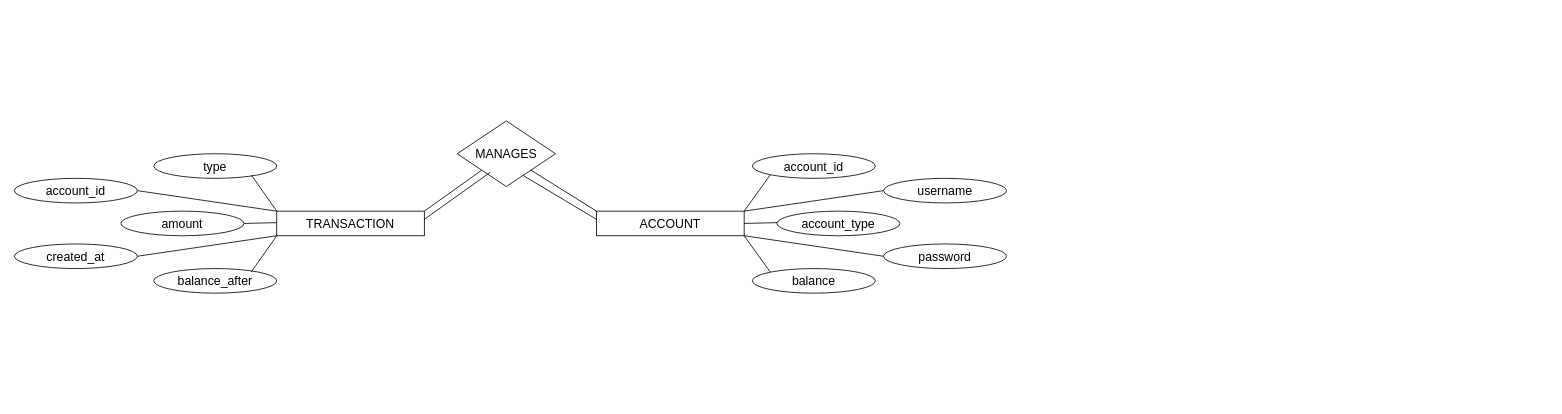
Earlier version of the draw.io diagram Project0/bankofcli.drawio (GabeDay8/2470). Source tidied: cells renumbered, new cells numbered last; positions are measured from the earlier drawing's top-left corner, leaving out a move shared by most shapes. Both pictures are drawn from the tidied source at 82%, with x=0, y=0 at pixel (14, 121).
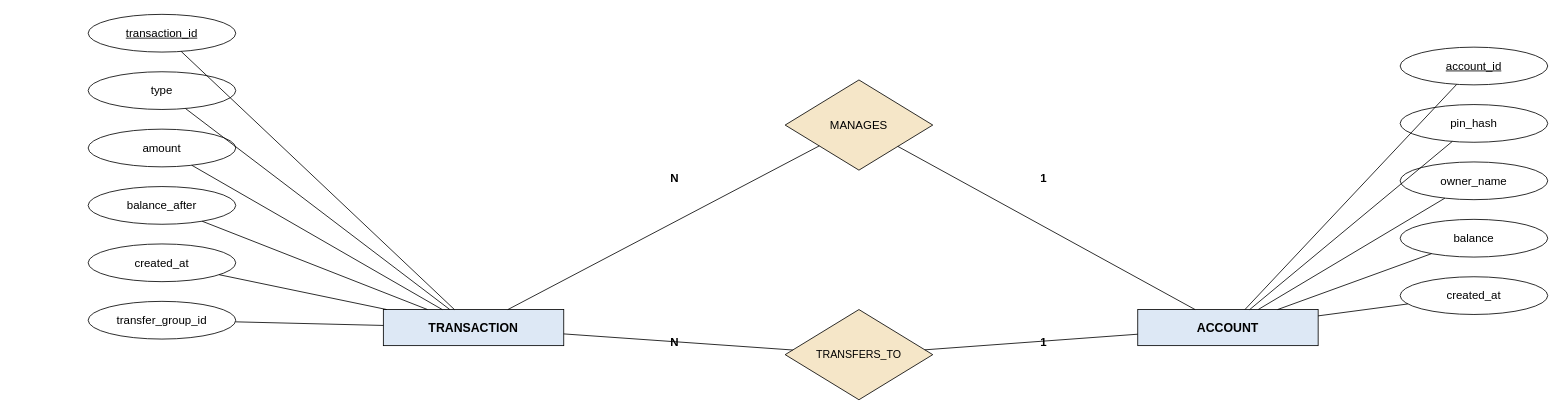
The same diagram, later.

The edit, as a diff of the source:
```diff
@@
+    <mxCell id="4" value="&lt;font style=&quot;font-size: 15px;&quot;&gt;&lt;b&gt;TRANSACTION&lt;/b&gt;&lt;/font&gt;" style="rounded=0;whiteSpace=wrap;html=1;fillColor=#dde8f5;" parent="1" vertex="1">
+      <mxGeometry x="450" y="230" width="220" height="44" as="geometry" />
+    </mxCell>
-    <mxCell id="2" value="&lt;font style=&quot;font-size: 15px;&quot;&gt;ACCOUNT&lt;/font&gt;" style="rounded=0;whiteSpace=wrap;html=1;" parent="1" vertex="1">
-      <mxGeometry x="710" y="110" width="180" height="30" as="geometry" />
+    <mxCell id="2" value="&lt;font style=&quot;font-size: 15px;&quot;&gt;&lt;b&gt;ACCOUNT&lt;/b&gt;&lt;/font&gt;" style="rounded=0;whiteSpace=wrap;html=1;fillColor=#dde8f5;" parent="1" vertex="1">
+      <mxGeometry x="1370" y="230" width="220" height="44" as="geometry" />
     </mxCell>
-    <mxCell id="3" value="&lt;font style=&quot;font-size: 15px;&quot;&gt;account_id&lt;/font&gt;" style="ellipse;whiteSpace=wrap;html=1;shapeInside=1;" parent="1" vertex="1">
-      <mxGeometry x="900" y="40" width="150" height="30" as="geometry" />
-    </mxCell>
-    <mxCell id="4" value="&lt;font style=&quot;font-size: 15px;&quot;&gt;TRANSACTION&lt;/font&gt;" style="rounded=0;whiteSpace=wrap;html=1;" parent="1" vertex="1">
-      <mxGeometry x="320" y="110" width="180" height="30" as="geometry" />
-    </mxCell>
-    <mxCell id="5" value="&lt;font style=&quot;font-size: 15px;&quot;&gt;account_type&lt;/font&gt;" style="ellipse;whiteSpace=wrap;html=1;shapeInside=1;" parent="1" vertex="1">
-      <mxGeometry x="930" y="110" width="150" height="30" as="geometry" />
-    </mxCell>
-    <mxCell id="6" value="&lt;font style=&quot;font-size: 15px;&quot;&gt;balance&lt;/font&gt;" style="ellipse;whiteSpace=wrap;html=1;shapeInside=1;" parent="1" vertex="1">
-      <mxGeometry x="900" y="180" width="150" height="30" as="geometry" />
-    </mxCell>
-    <mxCell id="7" style="endArrow=none;html=1;rounded=0;entryX=0;entryY=1;entryDx=0;entryDy=0;" parent="1" edge="1" target="3">
-      <mxGeometry relative="1" as="geometry">
-        <mxPoint x="890" y="110" as="sourcePoint" />
-      </mxGeometry>
-    </mxCell>
-    <mxCell id="8" style="endArrow=none;html=1;rounded=0;entryX=0;entryY=1;entryDx=0;entryDy=0;exitX=0;exitY=0;exitDx=0;exitDy=0;" parent="1" edge="1" source="6">
-      <mxGeometry relative="1" as="geometry">
-        <mxPoint x="890" y="140" as="targetPoint" />
-      </mxGeometry>
-    </mxCell>
-    <mxCell id="9" style="endArrow=none;html=1;rounded=0;exitX=1;exitY=0.5;exitDx=0;exitDy=0;" parent="1" edge="1" source="2">
-      <mxGeometry relative="1" as="geometry">
-        <mxPoint x="930" y="124" as="targetPoint" />
-      </mxGeometry>
-    </mxCell>
-    <mxCell id="10" value="&lt;font style=&quot;font-size: 15px;&quot;&gt;MANAGES&lt;/font&gt;" style="rhombus;whiteSpace=wrap;html=1;shapeInside=1;" parent="1" vertex="1">
-      <mxGeometry x="540" width="120" height="80" as="geometry" />
+    <mxCell id="10" value="&lt;font style=&quot;font-size: 14px;&quot;&gt;MANAGES&lt;/font&gt;" style="rhombus;whiteSpace=wrap;html=1;shapeInside=1;fillColor=#f5e6c8;" parent="1" vertex="1">
+      <mxGeometry x="940" y="-50" width="180" height="110" as="geometry" />
     </mxCell>
-    <mxCell id="11" style="endArrow=none;html=1;rounded=0;entryX=1;entryY=1;entryDx=0;entryDy=0;" parent="1" edge="1" target="10">
-      <mxGeometry relative="1" as="geometry">
-        <mxPoint x="710" y="110" as="sourcePoint" />
-      </mxGeometry>
-    </mxCell>
-    <mxCell id="12" style="endArrow=none;html=1;rounded=0;entryX=0.664;entryY=0.825;entryDx=0;entryDy=0;entryPerimeter=0;" parent="1" edge="1" target="10">
-      <mxGeometry relative="1" as="geometry">
-        <mxPoint x="710" y="120" as="sourcePoint" />
-      </mxGeometry>
-    </mxCell>
-    <mxCell id="13" value="&lt;font style=&quot;font-size: 15px;&quot;&gt;username&lt;/font&gt;" style="ellipse;whiteSpace=wrap;html=1;shapeInside=1;" parent="1" vertex="1">
-      <mxGeometry x="1060" y="70" width="150" height="30" as="geometry" />
-    </mxCell>
-    <mxCell id="14" value="&lt;font style=&quot;font-size: 15px;&quot;&gt;password&lt;/font&gt;" style="ellipse;whiteSpace=wrap;html=1;shapeInside=1;" parent="1" vertex="1">
-      <mxGeometry x="1060" y="150" width="150" height="30" as="geometry" />
-    </mxCell>
-    <mxCell id="15" style="endArrow=none;html=1;rounded=0;entryX=0;entryY=0.5;entryDx=0;entryDy=0;" parent="1" edge="1" target="13">
-      <mxGeometry relative="1" as="geometry">
-        <mxPoint x="890" y="110" as="sourcePoint" />
-      </mxGeometry>
-    </mxCell>
-    <mxCell id="16" style="endArrow=none;html=1;rounded=0;" parent="1" edge="1">
-      <mxGeometry relative="1" as="geometry">
-        <mxPoint x="890" y="140" as="sourcePoint" />
-        <mxPoint x="1060" y="165" as="targetPoint" />
-      </mxGeometry>
-    </mxCell>
-    <mxCell id="17" style="endArrow=none;html=1;rounded=0;entryX=0;entryY=1;entryDx=0;entryDy=0;" parent="1" edge="1" target="10">
-      <mxGeometry relative="1" as="geometry">
-        <mxPoint x="500" y="110" as="sourcePoint" />
-      </mxGeometry>
-    </mxCell>
-    <mxCell id="18" style="endArrow=none;html=1;rounded=0;entryX=0.336;entryY=0.783;entryDx=0;entryDy=0;entryPerimeter=0;" parent="1" edge="1" target="10">
-      <mxGeometry relative="1" as="geometry">
-        <mxPoint x="500" y="120" as="sourcePoint" />
-      </mxGeometry>
-    </mxCell>
+    <mxCell id="29" value="&lt;font style=&quot;font-size: 13px;&quot;&gt;TRANSFERS_TO&lt;/font&gt;" style="rhombus;whiteSpace=wrap;html=1;shapeInside=1;fillColor=#f5e6c8;" parent="1" vertex="1">
+      <mxGeometry x="940" y="230" width="180" height="110" as="geometry" />
+    </mxCell>
+    <mxCell id="30" style="endArrow=none;html=1;rounded=0;" parent="1" edge="1" source="4" target="10">
+      <mxGeometry relative="1" as="geometry" />
+    </mxCell>
+    <mxCell id="31" style="endArrow=none;html=1;rounded=0;" parent="1" edge="1" source="2" target="10">
+      <mxGeometry relative="1" as="geometry" />
+    </mxCell>
+    <mxCell id="32" style="endArrow=none;html=1;rounded=0;" parent="1" edge="1" source="4" target="29">
+      <mxGeometry relative="1" as="geometry" />
+    </mxCell>
+    <mxCell id="33" style="endArrow=none;html=1;rounded=0;" parent="1" edge="1" source="2" target="29">
+      <mxGeometry relative="1" as="geometry" />
+    </mxCell>
+    <mxCell id="34" value="N" style="text;html=1;align=center;verticalAlign=middle;fontSize=14;fontStyle=1;" parent="1" vertex="1">
+      <mxGeometry x="790" y="60" width="30" height="20" as="geometry" />
+    </mxCell>
+    <mxCell id="35" value="1" style="text;html=1;align=center;verticalAlign=middle;fontSize=14;fontStyle=1;" parent="1" vertex="1">
+      <mxGeometry x="1240" y="60" width="30" height="20" as="geometry" />
+    </mxCell>
+    <mxCell id="36" value="N" style="text;html=1;align=center;verticalAlign=middle;fontSize=14;fontStyle=1;" parent="1" vertex="1">
+      <mxGeometry x="790" y="260" width="30" height="20" as="geometry" />
+    </mxCell>
+    <mxCell id="37" value="1" style="text;html=1;align=center;verticalAlign=middle;fontSize=14;fontStyle=1;" parent="1" vertex="1">
+      <mxGeometry x="1240" y="260" width="30" height="20" as="geometry" />
+    </mxCell>
+    <mxCell id="38" value="&lt;font style=&quot;font-size: 14px;&quot;&gt;&lt;u&gt;transaction_id&lt;/u&gt;&lt;/font&gt;" style="ellipse;whiteSpace=wrap;html=1;shapeInside=1;" parent="1" vertex="1">
+      <mxGeometry x="90" y="-130" width="180" height="46" as="geometry" />
+    </mxCell>
-    <mxCell id="19" value="&lt;font style=&quot;font-size: 15px;&quot;&gt;type&lt;/font&gt;" style="ellipse;whiteSpace=wrap;html=1;shapeInside=1;" parent="1" vertex="1">
-      <mxGeometry x="170" y="40" width="150" height="30" as="geometry" />
+    <mxCell id="19" value="&lt;font style=&quot;font-size: 14px;&quot;&gt;type&lt;/font&gt;" style="ellipse;whiteSpace=wrap;html=1;shapeInside=1;" parent="1" vertex="1">
+      <mxGeometry x="90" y="-60" width="180" height="46" as="geometry" />
     </mxCell>
-    <mxCell id="20" value="&lt;font style=&quot;font-size: 15px;&quot;&gt;amount&lt;/font&gt;" style="ellipse;whiteSpace=wrap;html=1;shapeInside=1;" parent="1" vertex="1">
-      <mxGeometry x="130" y="110" width="150" height="30" as="geometry" />
+    <mxCell id="20" value="&lt;font style=&quot;font-size: 14px;&quot;&gt;amount&lt;/font&gt;" style="ellipse;whiteSpace=wrap;html=1;shapeInside=1;" parent="1" vertex="1">
+      <mxGeometry x="90" y="10" width="180" height="46" as="geometry" />
     </mxCell>
-    <mxCell id="21" value="&lt;font style=&quot;font-size: 15px;&quot;&gt;balance_after&lt;/font&gt;" style="ellipse;whiteSpace=wrap;html=1;shapeInside=1;" parent="1" vertex="1">
-      <mxGeometry x="170" y="180" width="150" height="30" as="geometry" />
+    <mxCell id="21" value="&lt;font style=&quot;font-size: 14px;&quot;&gt;balance_after&lt;/font&gt;" style="ellipse;whiteSpace=wrap;html=1;shapeInside=1;" parent="1" vertex="1">
+      <mxGeometry x="90" y="80" width="180" height="46" as="geometry" />
     </mxCell>
-    <mxCell id="22" value="&lt;font style=&quot;font-size: 15px;&quot;&gt;account_id&lt;/font&gt;" style="ellipse;whiteSpace=wrap;html=1;shapeInside=1;" parent="1" vertex="1">
-      <mxGeometry y="70" width="150" height="30" as="geometry" />
-    </mxCell>
-    <mxCell id="23" value="&lt;font style=&quot;font-size: 15px;&quot;&gt;created_at&lt;/font&gt;" style="ellipse;whiteSpace=wrap;html=1;shapeInside=1;" parent="1" vertex="1">
-      <mxGeometry y="150" width="150" height="30" as="geometry" />
-    </mxCell>
-    <mxCell id="24" style="endArrow=none;html=1;rounded=0;exitX=1;exitY=0.5;exitDx=0;exitDy=0;" parent="1" edge="1">
-      <mxGeometry relative="1" as="geometry">
-        <mxPoint x="280" y="125" as="sourcePoint" />
-        <mxPoint x="320" y="124" as="targetPoint" />
-      </mxGeometry>
-    </mxCell>
-    <mxCell id="25" style="endArrow=none;html=1;rounded=0;entryX=0;entryY=1;entryDx=0;entryDy=0;" parent="1" edge="1">
-      <mxGeometry relative="1" as="geometry">
-        <mxPoint x="289" y="184" as="sourcePoint" />
-        <mxPoint x="320" y="140" as="targetPoint" />
-      </mxGeometry>
-    </mxCell>
-    <mxCell id="26" style="endArrow=none;html=1;rounded=0;entryX=0;entryY=1;entryDx=0;entryDy=0;exitX=0;exitY=0;exitDx=0;exitDy=0;" parent="1" edge="1">
-      <mxGeometry relative="1" as="geometry">
-        <mxPoint x="320" y="110" as="sourcePoint" />
-        <mxPoint x="289" y="66" as="targetPoint" />
-      </mxGeometry>
-    </mxCell>
-    <mxCell id="27" style="endArrow=none;html=1;rounded=0;entryX=0;entryY=0.5;entryDx=0;entryDy=0;" parent="1" edge="1">
-      <mxGeometry relative="1" as="geometry">
-        <mxPoint x="150" y="165" as="sourcePoint" />
-        <mxPoint x="320" y="140" as="targetPoint" />
-      </mxGeometry>
-    </mxCell>
-    <mxCell id="28" style="endArrow=none;html=1;rounded=0;" parent="1" edge="1">
-      <mxGeometry relative="1" as="geometry">
-        <mxPoint x="150" y="85" as="sourcePoint" />
-        <mxPoint x="320" y="110" as="targetPoint" />
-      </mxGeometry>
-    </mxCell>
+    <mxCell id="39" value="&lt;font style=&quot;font-size: 14px;&quot;&gt;created_at&lt;/font&gt;" style="ellipse;whiteSpace=wrap;html=1;shapeInside=1;" parent="1" vertex="1">
+      <mxGeometry x="90" y="150" width="180" height="46" as="geometry" />
+    </mxCell>
+    <mxCell id="40" value="&lt;font style=&quot;font-size: 14px;&quot;&gt;transfer_group_id&lt;/font&gt;" style="ellipse;whiteSpace=wrap;html=1;shapeInside=1;" parent="1" vertex="1">
+      <mxGeometry x="90" y="220" width="180" height="46" as="geometry" />
+    </mxCell>
+    <mxCell id="41" style="endArrow=none;html=1;rounded=0;" parent="1" edge="1" source="38" target="4">
+      <mxGeometry relative="1" as="geometry" />
+    </mxCell>
+    <mxCell id="42" style="endArrow=none;html=1;rounded=0;" parent="1" edge="1" source="19" target="4">
+      <mxGeometry relative="1" as="geometry" />
+    </mxCell>
+    <mxCell id="43" style="endArrow=none;html=1;rounded=0;" parent="1" edge="1" source="20" target="4">
+      <mxGeometry relative="1" as="geometry" />
+    </mxCell>
+    <mxCell id="44" style="endArrow=none;html=1;rounded=0;" parent="1" edge="1" source="21" target="4">
+      <mxGeometry relative="1" as="geometry" />
+    </mxCell>
+    <mxCell id="45" style="endArrow=none;html=1;rounded=0;" parent="1" edge="1" source="39" target="4">
+      <mxGeometry relative="1" as="geometry" />
+    </mxCell>
+    <mxCell id="46" style="endArrow=none;html=1;rounded=0;" parent="1" edge="1" source="40" target="4">
+      <mxGeometry relative="1" as="geometry" />
+    </mxCell>
+    <mxCell id="47" value="&lt;font style=&quot;font-size: 14px;&quot;&gt;&lt;u&gt;account_id&lt;/u&gt;&lt;/font&gt;" style="ellipse;whiteSpace=wrap;html=1;shapeInside=1;" parent="1" vertex="1">
+      <mxGeometry x="1690" y="-90" width="180" height="46" as="geometry" />
+    </mxCell>
+    <mxCell id="48" value="&lt;font style=&quot;font-size: 14px;&quot;&gt;pin_hash&lt;/font&gt;" style="ellipse;whiteSpace=wrap;html=1;shapeInside=1;" parent="1" vertex="1">
+      <mxGeometry x="1690" y="-20" width="180" height="46" as="geometry" />
+    </mxCell>
+    <mxCell id="49" value="&lt;font style=&quot;font-size: 14px;&quot;&gt;owner_name&lt;/font&gt;" style="ellipse;whiteSpace=wrap;html=1;shapeInside=1;" parent="1" vertex="1">
+      <mxGeometry x="1690" y="50" width="180" height="46" as="geometry" />
+    </mxCell>
+    <mxCell id="6" value="&lt;font style=&quot;font-size: 14px;&quot;&gt;balance&lt;/font&gt;" style="ellipse;whiteSpace=wrap;html=1;shapeInside=1;" parent="1" vertex="1">
+      <mxGeometry x="1690" y="120" width="180" height="46" as="geometry" />
+    </mxCell>
+    <mxCell id="50" value="&lt;font style=&quot;font-size: 14px;&quot;&gt;created_at&lt;/font&gt;" style="ellipse;whiteSpace=wrap;html=1;shapeInside=1;" parent="1" vertex="1">
+      <mxGeometry x="1690" y="190" width="180" height="46" as="geometry" />
+    </mxCell>
+    <mxCell id="51" style="endArrow=none;html=1;rounded=0;" parent="1" edge="1" source="47" target="2">
+      <mxGeometry relative="1" as="geometry" />
+    </mxCell>
+    <mxCell id="52" style="endArrow=none;html=1;rounded=0;" parent="1" edge="1" source="48" target="2">
+      <mxGeometry relative="1" as="geometry" />
+    </mxCell>
+    <mxCell id="53" style="endArrow=none;html=1;rounded=0;" parent="1" edge="1" source="49" target="2">
+      <mxGeometry relative="1" as="geometry" />
+    </mxCell>
+    <mxCell id="54" style="endArrow=none;html=1;rounded=0;" parent="1" edge="1" source="6" target="2">
+      <mxGeometry relative="1" as="geometry" />
+    </mxCell>
+    <mxCell id="55" style="endArrow=none;html=1;rounded=0;" parent="1" edge="1" source="50" target="2">
+      <mxGeometry relative="1" as="geometry" />
+    </mxCell>
```
